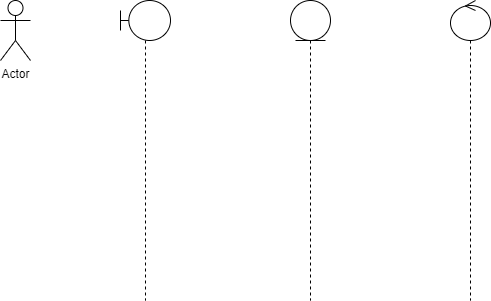
Earlier version of the draw.io export static/Diagramme des séquences conceptuel  log et pointage .drawio.png (Siluearsene/borne_biometrique). Source tidied: cells renumbered, new cells last; positions are measured from the earlier drawing's top-left corner, leaving out a move shared by most shapes. The source it was exported from:
```xml
<mxGraphModel>
  <root>
    <mxCell id="0" />
    <mxCell id="1" parent="0" />
    <mxCell id="2" value="Actor" style="shape=umlActor;verticalLabelPosition=bottom;verticalAlign=top;html=1;" parent="1" vertex="1">
      <mxGeometry width="30" height="60" as="geometry" />
    </mxCell>
    <mxCell id="3" style="shape=umlLifeline;perimeter=lifelinePerimeter;whiteSpace=wrap;html=1;newEdgeStyle={&quot;edgeStyle&quot;:&quot;elbowEdgeStyle&quot;,&quot;elbow&quot;:&quot;vertical&quot;,&quot;curved&quot;:0,&quot;rounded&quot;:0};participant=umlBoundary;" parent="1" vertex="1">
      <mxGeometry x="120" width="50" height="300" as="geometry" />
    </mxCell>
    <mxCell id="4" style="shape=umlLifeline;perimeter=lifelinePerimeter;whiteSpace=wrap;html=1;newEdgeStyle={&quot;edgeStyle&quot;:&quot;elbowEdgeStyle&quot;,&quot;elbow&quot;:&quot;vertical&quot;,&quot;curved&quot;:0,&quot;rounded&quot;:0};participant=umlEntity;" parent="1" vertex="1">
      <mxGeometry x="290" width="40" height="300" as="geometry" />
    </mxCell>
    <mxCell id="5" style="shape=umlLifeline;perimeter=lifelinePerimeter;whiteSpace=wrap;html=1;newEdgeStyle={&quot;edgeStyle&quot;:&quot;elbowEdgeStyle&quot;,&quot;elbow&quot;:&quot;vertical&quot;,&quot;curved&quot;:0,&quot;rounded&quot;:0};participant=umlControl;" parent="1" vertex="1">
      <mxGeometry x="450" width="40" height="300" as="geometry" />
    </mxCell>
  </root>
</mxGraphModel>
```
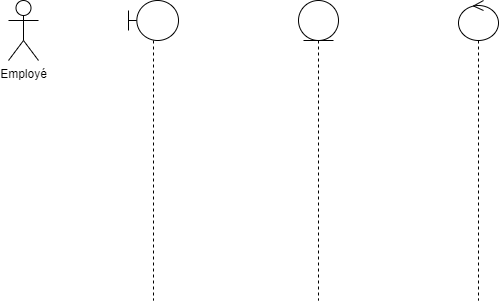
The same diagram one commit later.

Commit message:
Mettre à jour Diagramme des séquences conceptuel  log et pointage .drawio.png

The edit, as a diff of the source:
```diff
@@ -2,7 +2,7 @@
   <root>
     <mxCell id="0" />
     <mxCell id="1" parent="0" />
-    <mxCell id="2" value="Actor" style="shape=umlActor;verticalLabelPosition=bottom;verticalAlign=top;html=1;" parent="1" vertex="1">
+    <mxCell id="2" value="Employé" style="shape=umlActor;verticalLabelPosition=bottom;verticalAlign=top;html=1;" parent="1" vertex="1">
       <mxGeometry width="30" height="60" as="geometry" />
     </mxCell>
     <mxCell id="3" style="shape=umlLifeline;perimeter=lifelinePerimeter;whiteSpace=wrap;html=1;newEdgeStyle={&quot;edgeStyle&quot;:&quot;elbowEdgeStyle&quot;,&quot;elbow&quot;:&quot;vertical&quot;,&quot;curved&quot;:0,&quot;rounded&quot;:0};participant=umlBoundary;" parent="1" vertex="1">
```
